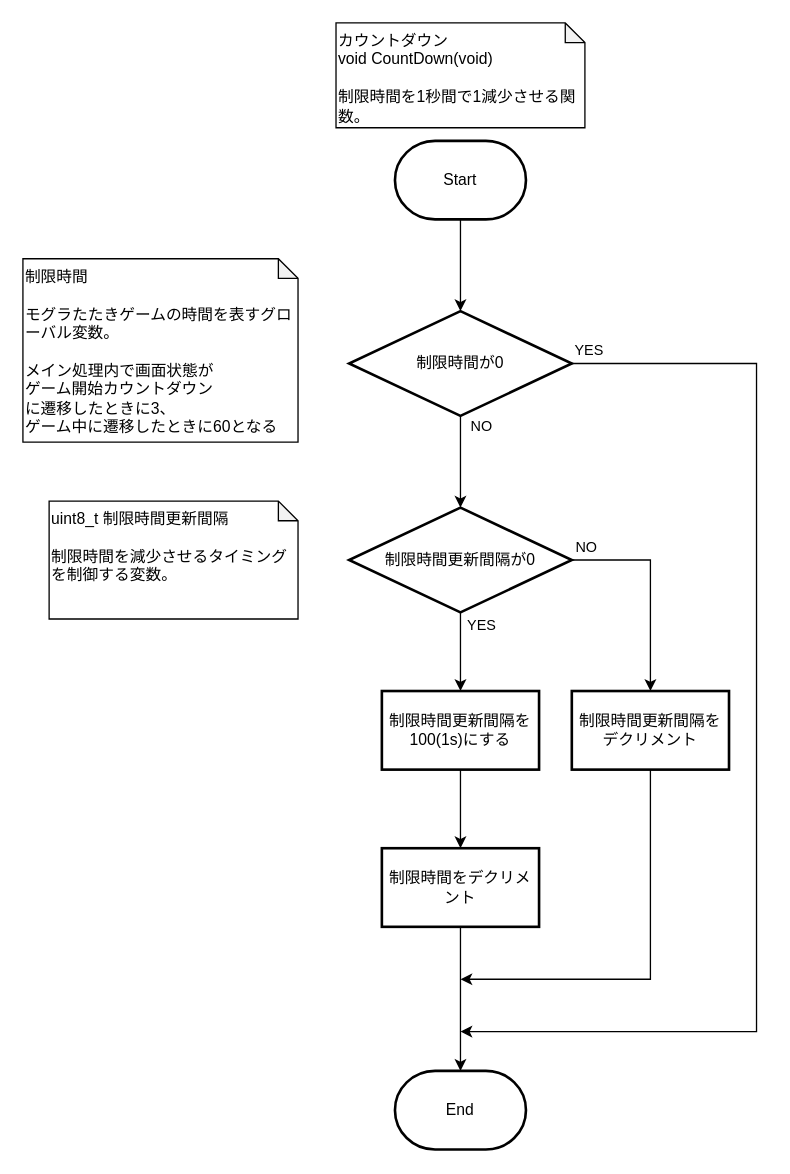
hakohumi/comp.train.whack-a-mole keeps this draw.io diagram as page "カウントダウン" (3 of 5) of 資料/設計書/フローチャート/モグラ叩き_フローチャート_割り込み.drawio. Above is the earlier version. Source tidied: cells renumbered, new cells numbered last; positions are measured from the earlier drawing's top-left corner, leaving out a move shared by most shapes. Both pictures are drawn from the tidied source at 131%, with x=0, y=0 at pixel (22, 22).
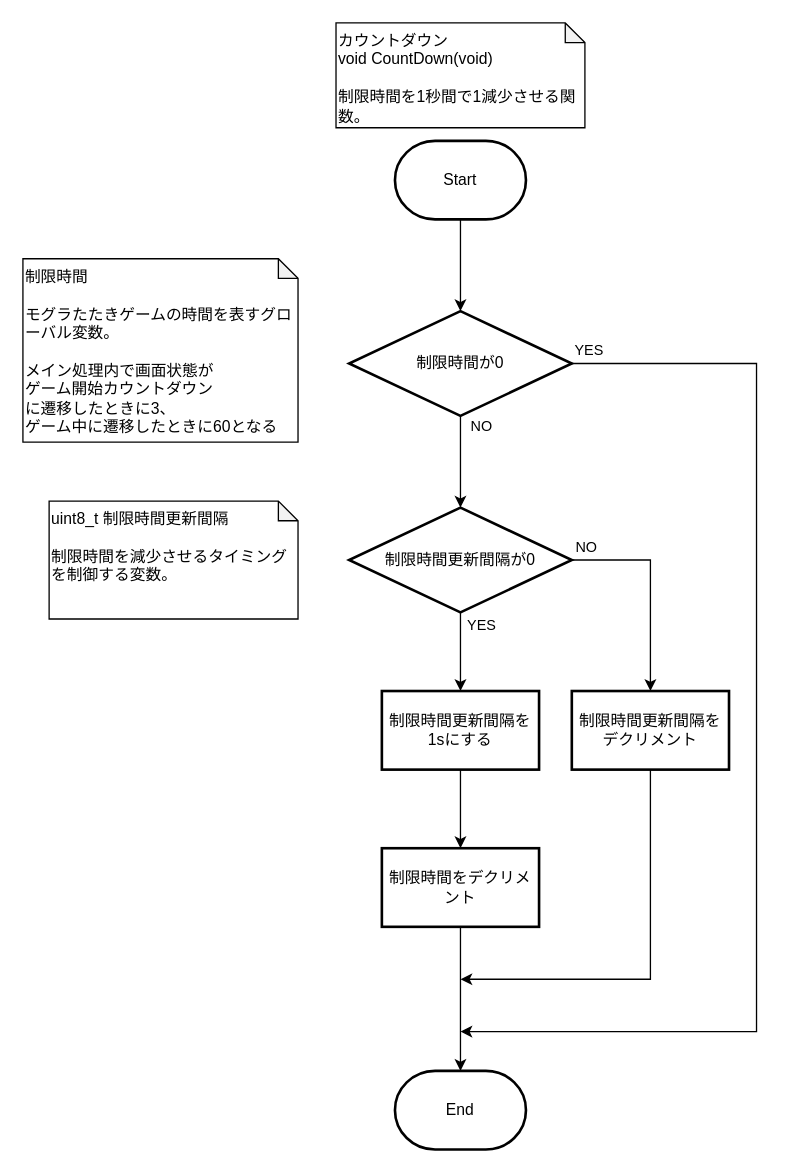
The same diagram, later.

The edit, as a diff of the source:
```diff
@@
-    <mxCell id="8" value="制限時間更新間隔を100(1s)にする" style="whiteSpace=wrap;html=1;strokeWidth=2;" parent="1" vertex="1">
+    <mxCell id="8" value="制限時間更新間隔を1sにする" style="whiteSpace=wrap;html=1;strokeWidth=2;" parent="1" vertex="1">
       <mxGeometry x="274" y="510" width="120" height="60" as="geometry" />
     </mxCell>
```
